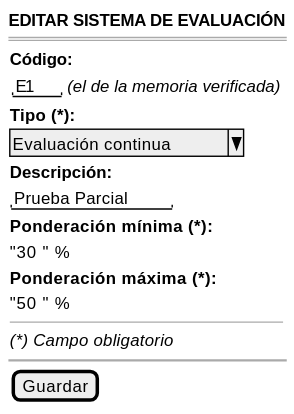
Above: images/RUP/01-requisitos/03-detalle-casos-uso/editarSistemaEvaluacion/wireframe.svg in mmasias/pyCeldaPublico (PlantUML), before the change. Source of this version:
```plantuml
@startsalt editarSistemaEvaluacion-wireframe
{
    <b>EDITAR SISTEMA DE EVALUACIÓN</b>
    ====
    {
        <b>Código:</b>
        {"E1  " | <i>(el de la memoria verificada)</i>}
        <b>Tipo (*):</b>
        ^Evaluación continua^
        <b>Descripción:</b>
        "Prueba Parcial"
        <b>Ponderación mínima (*):</b>
        "30  " %
        <b>Ponderación máxima (*):</b>
        "50  " %
        --
        <i>(*) Campo obligatorio</i>
    }
    ~~
    {[Guardar]}
}
@endsalt
```
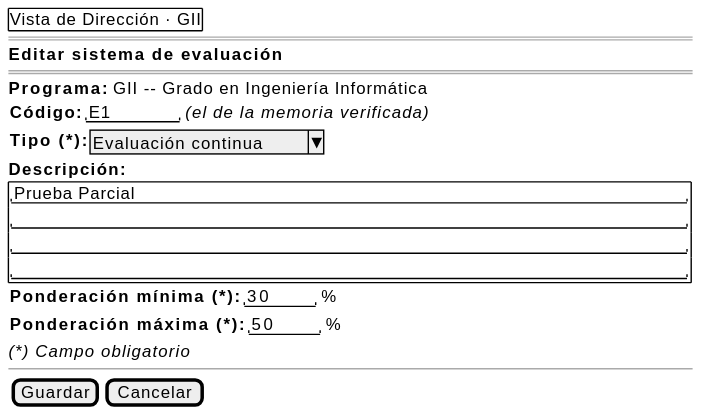
After the change.

Change to the diagram source:
```diff
@@ -1,22 +1,31 @@
 @startsalt editarSistemaEvaluacion-wireframe
 {
-    <b>EDITAR SISTEMA DE EVALUACIÓN</b>
+    {+ Vista de Dirección · GII }
     ====
+    <b>Editar sistema de evaluación</b>
+    ====
+    <b>Programa:</b> GII -- Grado en Ingeniería Informática
     {
-        <b>Código:</b>
-        {"E1  " | <i>(el de la memoria verificada)</i>}
-        <b>Tipo (*):</b>
-        ^Evaluación continua^
-        <b>Descripción:</b>
-        "Prueba Parcial"
-        <b>Ponderación mínima (*):</b>
-        "30  " %
-        <b>Ponderación máxima (*):</b>
-        "50  " %
-        --
-        <i>(*) Campo obligatorio</i>
+        <b>Código:</b> | "E1      " | <i>(el de la memoria verificada)</i>
     }
-    ~~
-    {[Guardar]}
+    {
+        <b>Tipo (*):</b> | ^Evaluación continua^
+    }
+    <b>Descripción:</b>
+    {+
+        "Prueba Parcial                                              "
+        "                                                            "
+        "                                                            "
+        "                                                            "
+    }
+    {
+        <b>Ponderación mínima (*):</b> | "30    " | %
+    }
+    {
+        <b>Ponderación máxima (*):</b> | "50    " | %
+    }
+    <i>(*) Campo obligatorio</i>
+    --
+    {[Guardar] | [Cancelar]}
 }
 @endsalt
```
